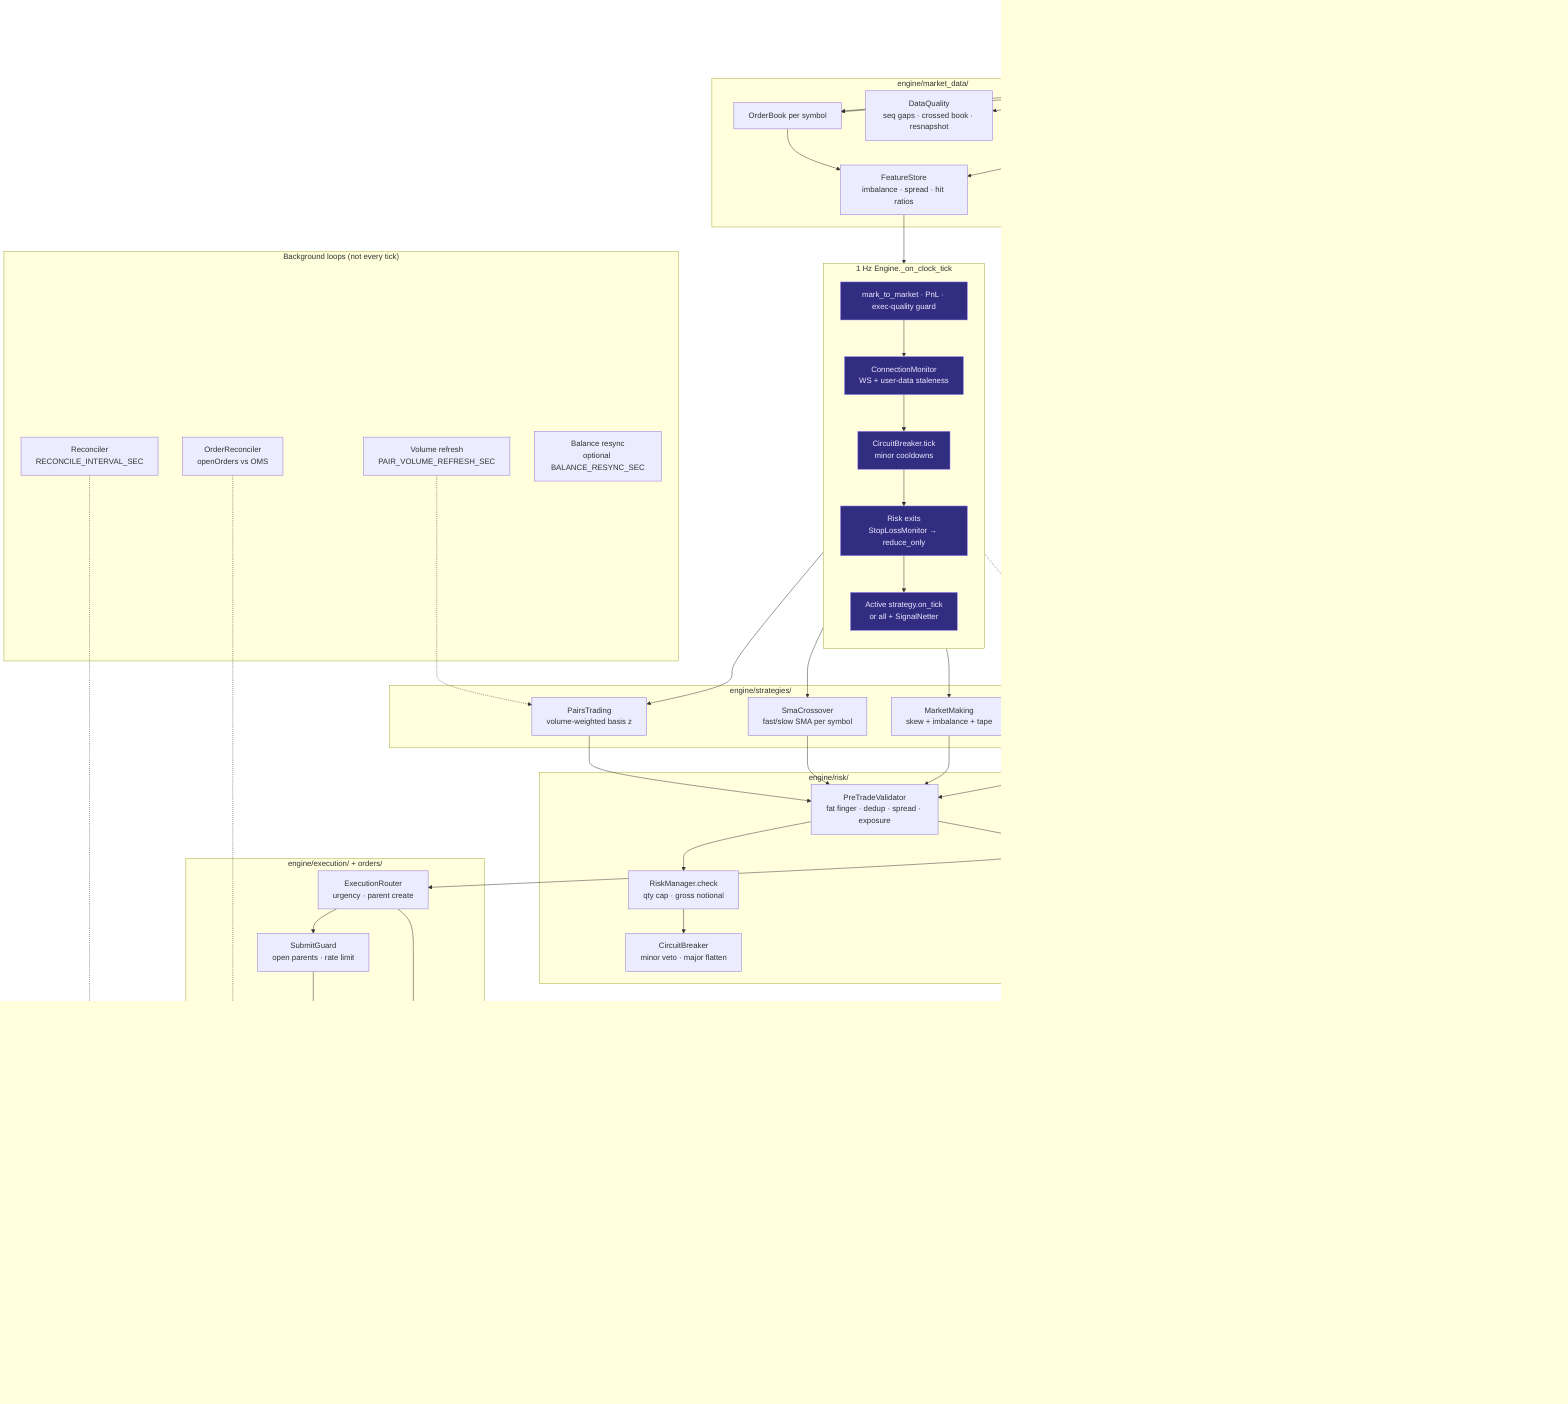
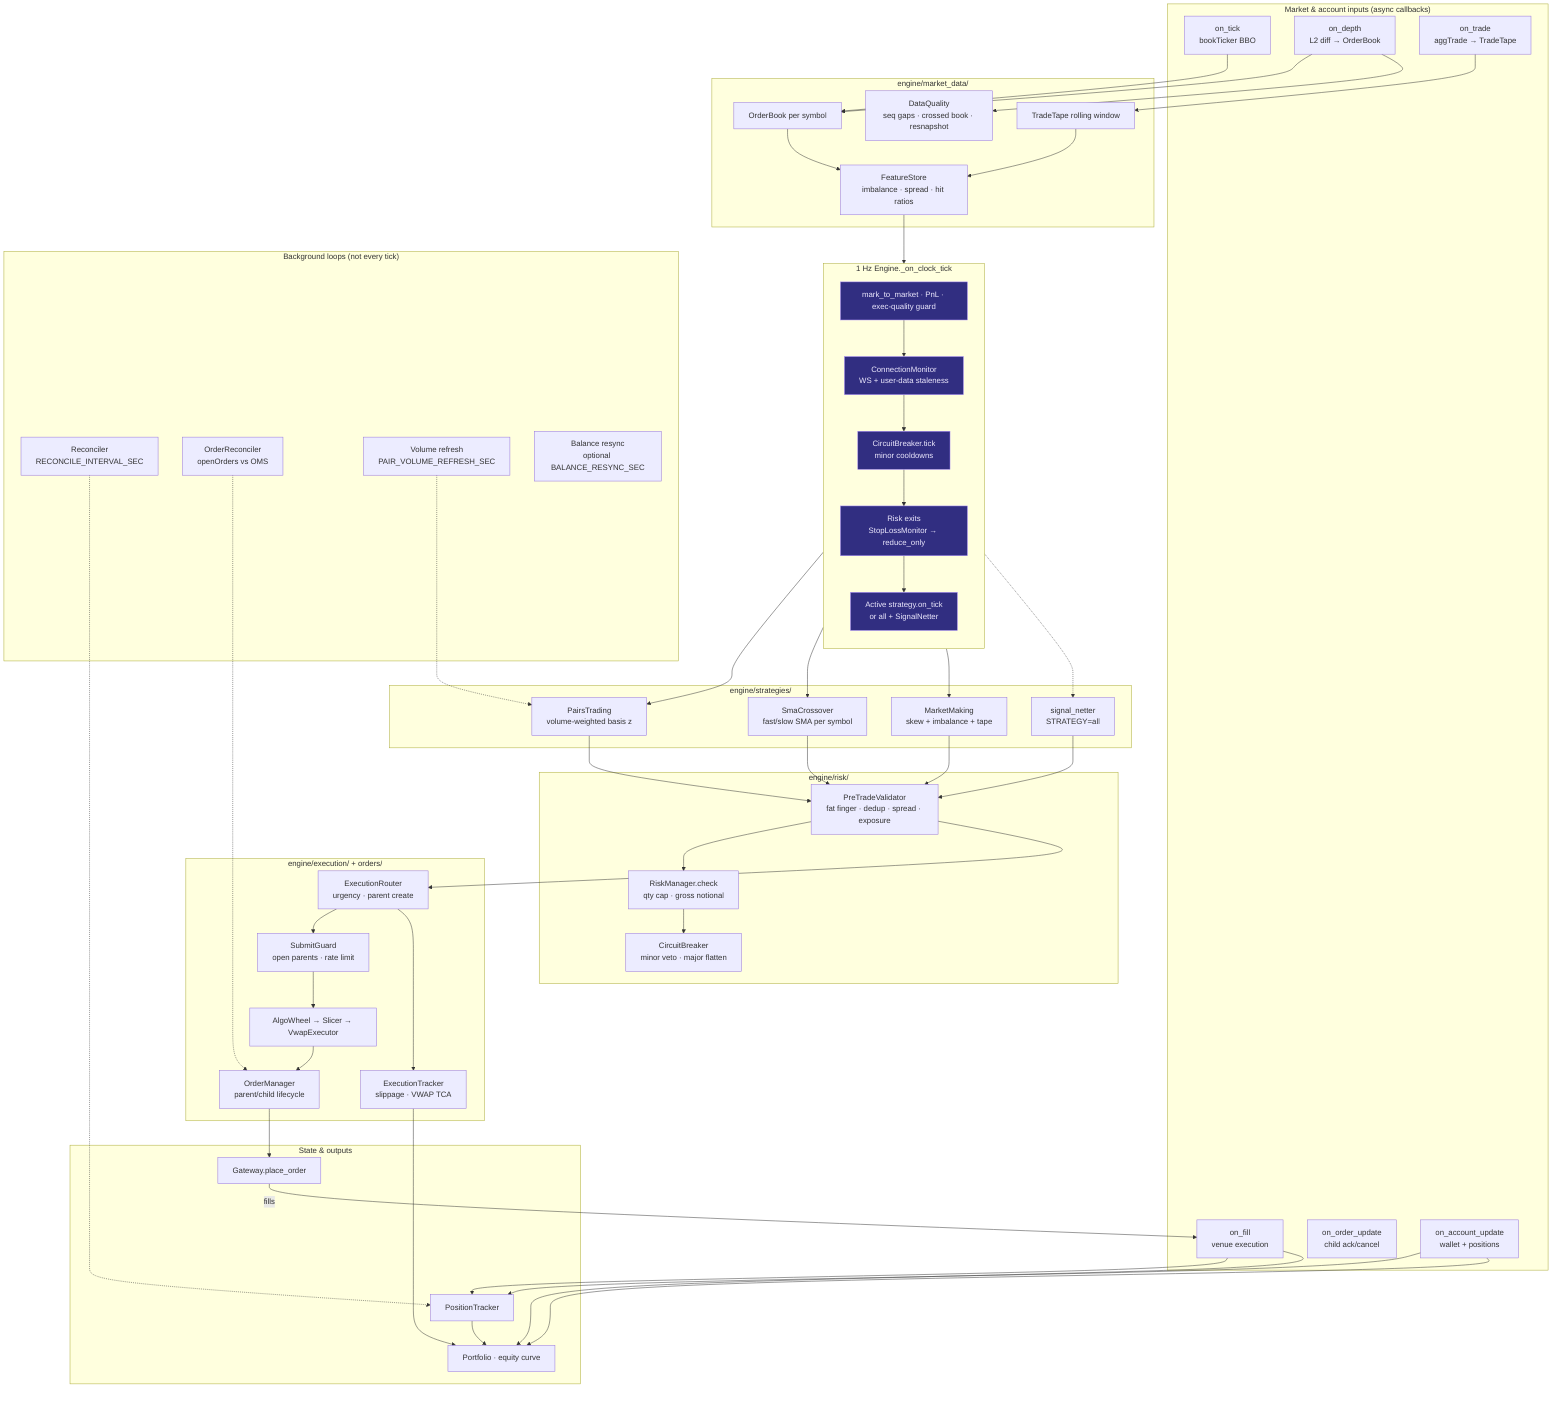
%% Per-tick and per-callback paths inside engine/
%% Solid = hot path on 1 Hz clock or market callback; dashed = background timers

flowchart TB
    subgraph Inputs["Market & account inputs (async callbacks)"]
        T["on_tick<br/>bookTicker BBO"]
        D["on_depth<br/>L2 diff → OrderBook"]
        TR["on_trade<br/>aggTrade → TradeTape"]
        F["on_fill<br/>venue execution"]
        OU["on_order_update<br/>child ack/cancel"]
        AU["on_account_update<br/>wallet + positions"]
    end

    subgraph MD["engine/market_data/"]
        OB["OrderBook per symbol"]
        TAPE["TradeTape rolling window"]
        DQ["DataQuality<br/>seq gaps · crossed book · resnapshot"]
        FS["FeatureStore<br/>imbalance · spread · hit ratios"]
        T --> OB
        D --> OB
        D --> DQ
        TR --> TAPE
        OB --> FS
        TAPE --> FS
    end

    subgraph Clock["1 Hz Engine._on_clock_tick"]
        direction TB
        C0["mark_to_market · PnL · exec-quality guard"]
        C1["ConnectionMonitor<br/>WS + user-data staleness"]
        C2["CircuitBreaker.tick<br/>minor cooldowns"]
        C3["Risk exits<br/>StopLossMonitor → reduce_only"]
        C4["Active strategy.on_tick<br/>or all + SignalNetter"]
        C0 --> C1 --> C2 --> C3 --> C4
    end

    subgraph Strategy["engine/strategies/"]
        PT["PairsTrading<br/>volume-weighted basis z"]
        SMA["SmaCrossover<br/>fast/slow SMA per symbol"]
        MM["MarketMaking<br/>skew + imbalance + tape"]
        NET["signal_netter<br/>STRATEGY=all"]
-         C4 --> PT & SMA & MM
+         C4 --> PT
+         C4 --> SMA
+         C4 --> MM
        C4 -.-> NET
    end

    subgraph Risk["engine/risk/"]
        PRE["PreTradeValidator<br/>fat finger · dedup · spread · exposure"]
        RM["RiskManager.check<br/>qty cap · gross notional"]
        CB["CircuitBreaker<br/>minor veto · major flatten"]
        PRE --> RM
        RM --> CB
    end

    subgraph Exec["engine/execution/ + orders/"]
        RT["ExecutionRouter<br/>urgency · parent create"]
        SG["SubmitGuard<br/>open parents · rate limit"]
        WH["AlgoWheel → Slicer → VwapExecutor"]
        OMS["OrderManager<br/>parent/child lifecycle"]
        TRK["ExecutionTracker<br/>slippage · VWAP TCA"]
        RT --> SG --> WH --> OMS
        RT --> TRK
    end

    subgraph State["State & outputs"]
        POS["PositionTracker"]
        PF["Portfolio · equity curve"]
        GW["Gateway.place_order"]
    end

    FS --> C4
-     PT & SMA & MM --> PRE
+     PT --> PRE
+     SMA --> PRE
+     MM --> PRE
    NET --> PRE
    PRE --> RT
    OMS --> GW
    GW -->|fills| F
    F --> POS
    F --> PF
    AU --> POS
    AU --> PF
    POS --> PF
    TRK --> PF

    subgraph Background["Background loops (not every tick)"]
        REC["Reconciler<br/>RECONCILE_INTERVAL_SEC"]
        ORC["OrderReconciler<br/>openOrders vs OMS"]
        VOL["Volume refresh<br/>PAIR_VOLUME_REFRESH_SEC"]
        BAL["Balance resync<br/>optional BALANCE_RESYNC_SEC"]
    end

    REC -.-> POS
    ORC -.-> OMS
    VOL -.-> PT

    classDef clock fill:#312e81,stroke:#a78bfa,color:#ede9fe
    class C0,C1,C2,C3,C4 clock
